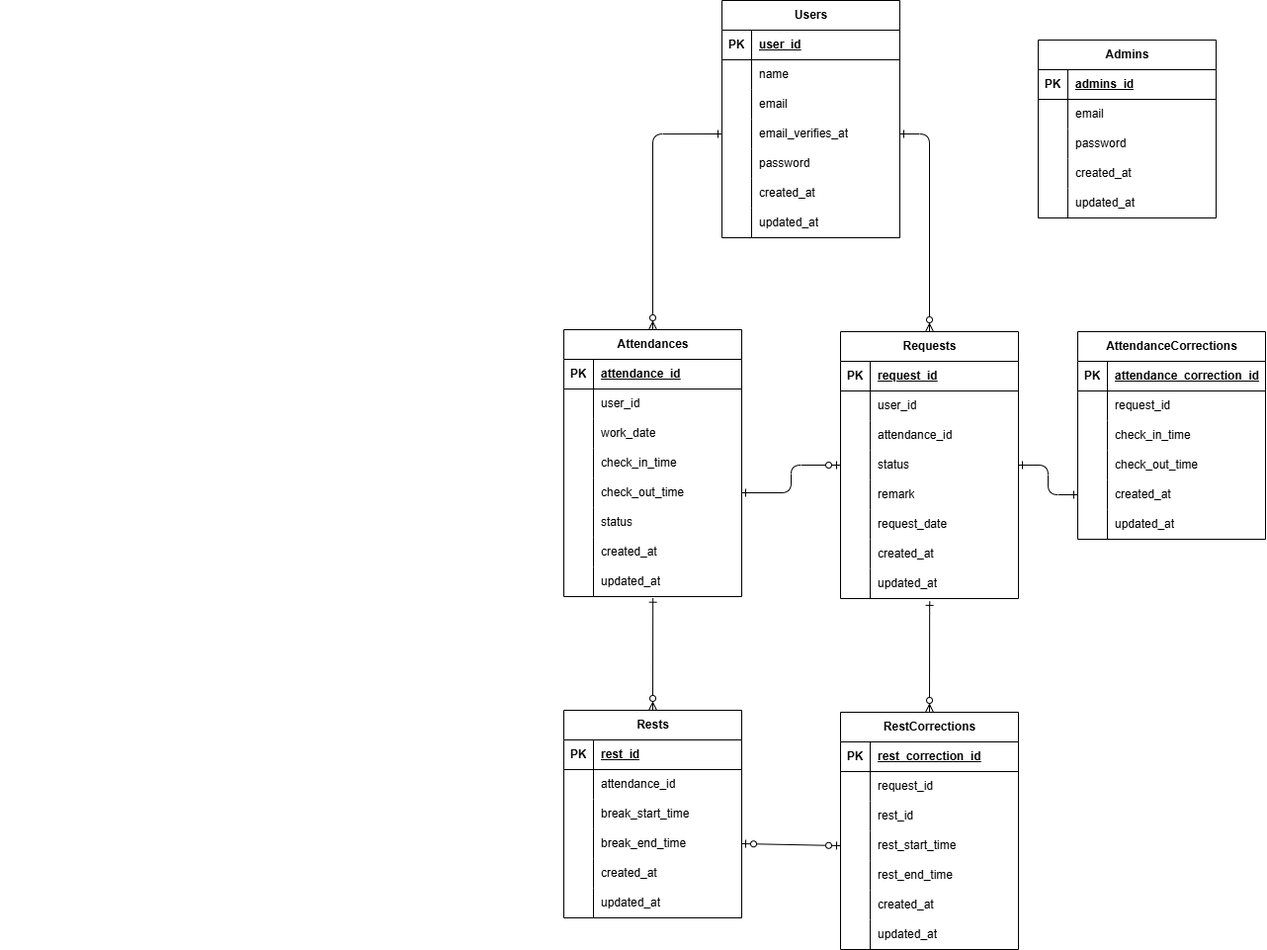
Before: ER.drawio.png, a diagram exported from draw.io (misaki-nonaka/mock-case-2). Source tidied: cells renumbered, new cells last; positions are measured from the earlier drawing's top-left corner, leaving out a move shared by most shapes.
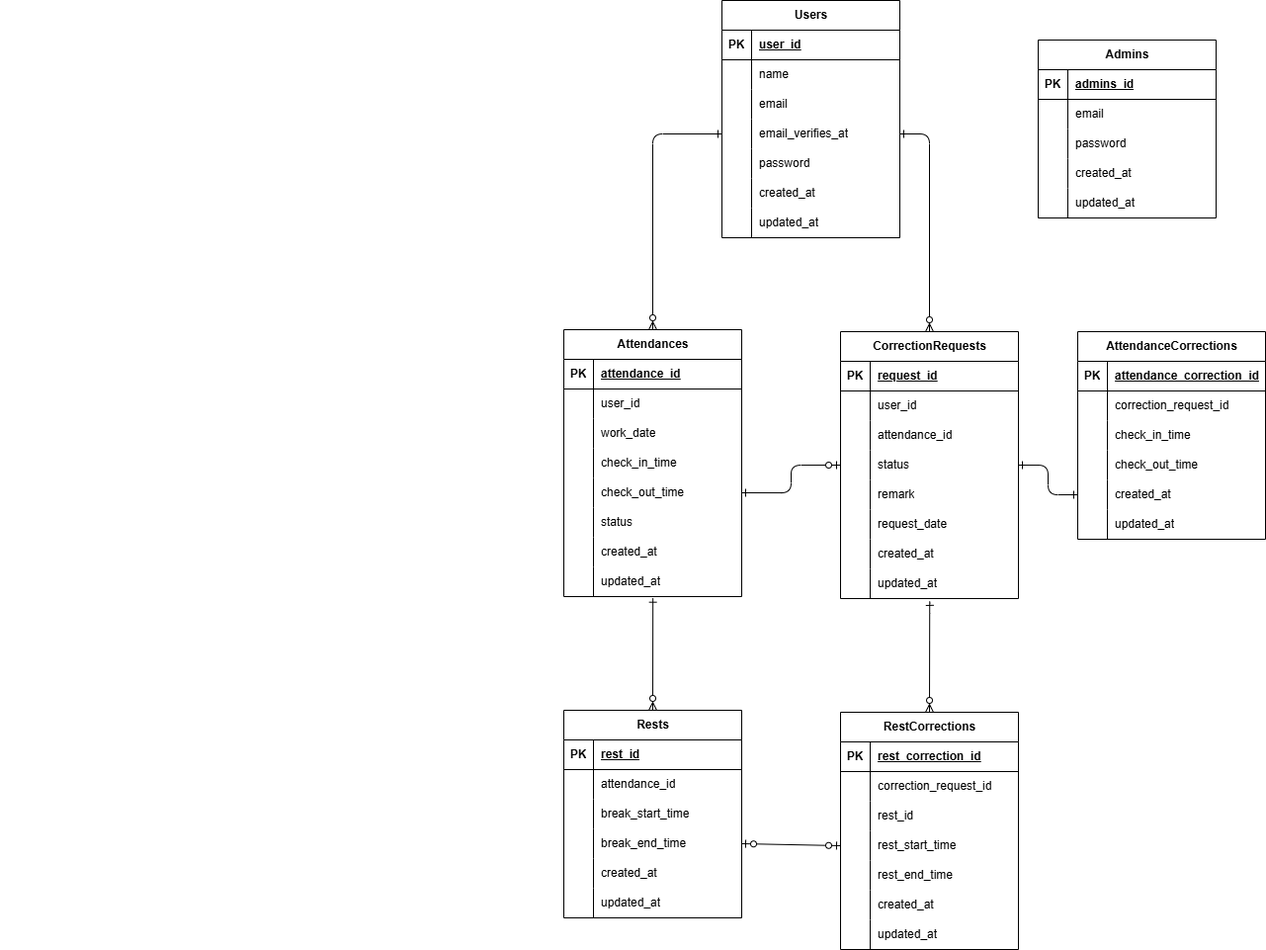
After the commit.

Diff of the diagram source:
```diff
@@ -86,7 +86,7 @@
     <mxCell id="29" style="shape=partialRectangle;fillColor=none;top=0;left=0;bottom=0;right=0;overflow=hidden;whiteSpace=wrap;html=1;" parent="28" vertex="1">
       <mxGeometry width="30" height="30" as="geometry" />
     </mxCell>
-    <mxCell id="30" value="request_id" style="shape=partialRectangle;fillColor=none;top=0;left=0;bottom=0;right=0;align=left;spacingLeft=6;overflow=hidden;whiteSpace=wrap;html=1;" parent="28" vertex="1">
+    <mxCell id="30" value="correction_request_id" style="shape=partialRectangle;fillColor=none;top=0;left=0;bottom=0;right=0;align=left;spacingLeft=6;overflow=hidden;whiteSpace=wrap;html=1;" parent="28" vertex="1">
       <mxGeometry x="30" width="160" height="30" as="geometry" />
     </mxCell>
     <mxCell id="31" style="shape=tableRow;horizontal=0;startSize=0;swimlaneHead=0;swimlaneBody=0;fillColor=none;top=0;left=0;right=0;bottom=0;" parent="24" vertex="1">
@@ -200,7 +200,7 @@
     <mxCell id="67" value="&lt;span style=&quot;color: rgb(0, 0, 0);&quot;&gt;updated_at&lt;/span&gt;" style="shape=partialRectangle;fillColor=none;top=0;left=0;bottom=0;right=0;align=left;spacingLeft=6;overflow=hidden;whiteSpace=wrap;html=1;" parent="65" vertex="1">
       <mxGeometry x="30" width="150" height="30" as="geometry" />
     </mxCell>
-    <mxCell id="68" value="Requests" style="shape=table;startSize=30;rowLines=0;fontStyle=1;align=center;html=1;" parent="1" vertex="1">
+    <mxCell id="68" value="CorrectionRequests" style="shape=table;startSize=30;rowLines=0;fontStyle=1;align=center;html=1;" parent="1" vertex="1">
       <mxGeometry x="850" y="335" width="180" height="270" as="geometry" />
     </mxCell>
     <mxCell id="69" style="shape=tableRow;horizontal=0;startSize=0;swimlaneHead=0;swimlaneBody=0;fillColor=none;top=0;left=0;right=0;bottom=1;" parent="68" vertex="1">
@@ -350,7 +350,7 @@
     <mxCell id="117" style="shape=partialRectangle;fillColor=none;top=0;left=0;bottom=0;right=0;overflow=hidden;whiteSpace=wrap;html=1;" parent="116" vertex="1">
       <mxGeometry width="30" height="30" as="geometry" />
     </mxCell>
-    <mxCell id="118" value="request_id" style="shape=partialRectangle;fillColor=none;top=0;left=0;bottom=0;right=0;align=left;spacingLeft=6;overflow=hidden;whiteSpace=wrap;html=1;" parent="116" vertex="1">
+    <mxCell id="118" value="correction_request_id" style="shape=partialRectangle;fillColor=none;top=0;left=0;bottom=0;right=0;align=left;spacingLeft=6;overflow=hidden;whiteSpace=wrap;html=1;" parent="116" vertex="1">
       <mxGeometry x="30" width="150" height="30" as="geometry" />
     </mxCell>
     <mxCell id="119" style="shape=tableRow;horizontal=0;startSize=0;swimlaneHead=0;swimlaneBody=0;fillColor=none;top=0;left=0;right=0;bottom=0;" parent="112" vertex="1">
```
